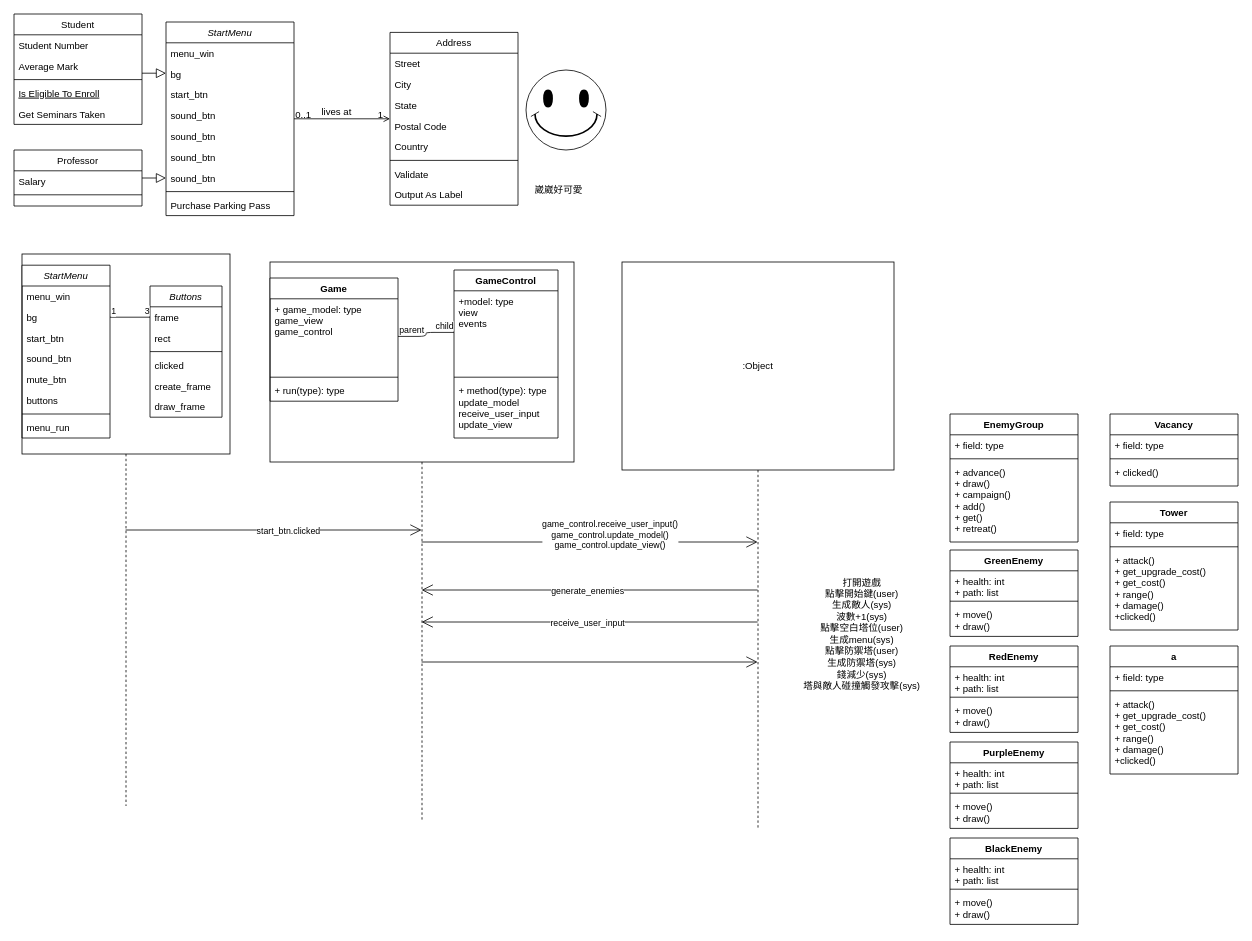
Above: UML.drawio in jiang0906/6-2 (draw.io), before the change. Source tidied: cells renumbered, new cells numbered last; positions are measured from the earlier drawing's top-left corner, leaving out a move shared by most shapes. Both pictures are drawn from the tidied source at 80%, with x=0, y=0 at pixel (14, 14).
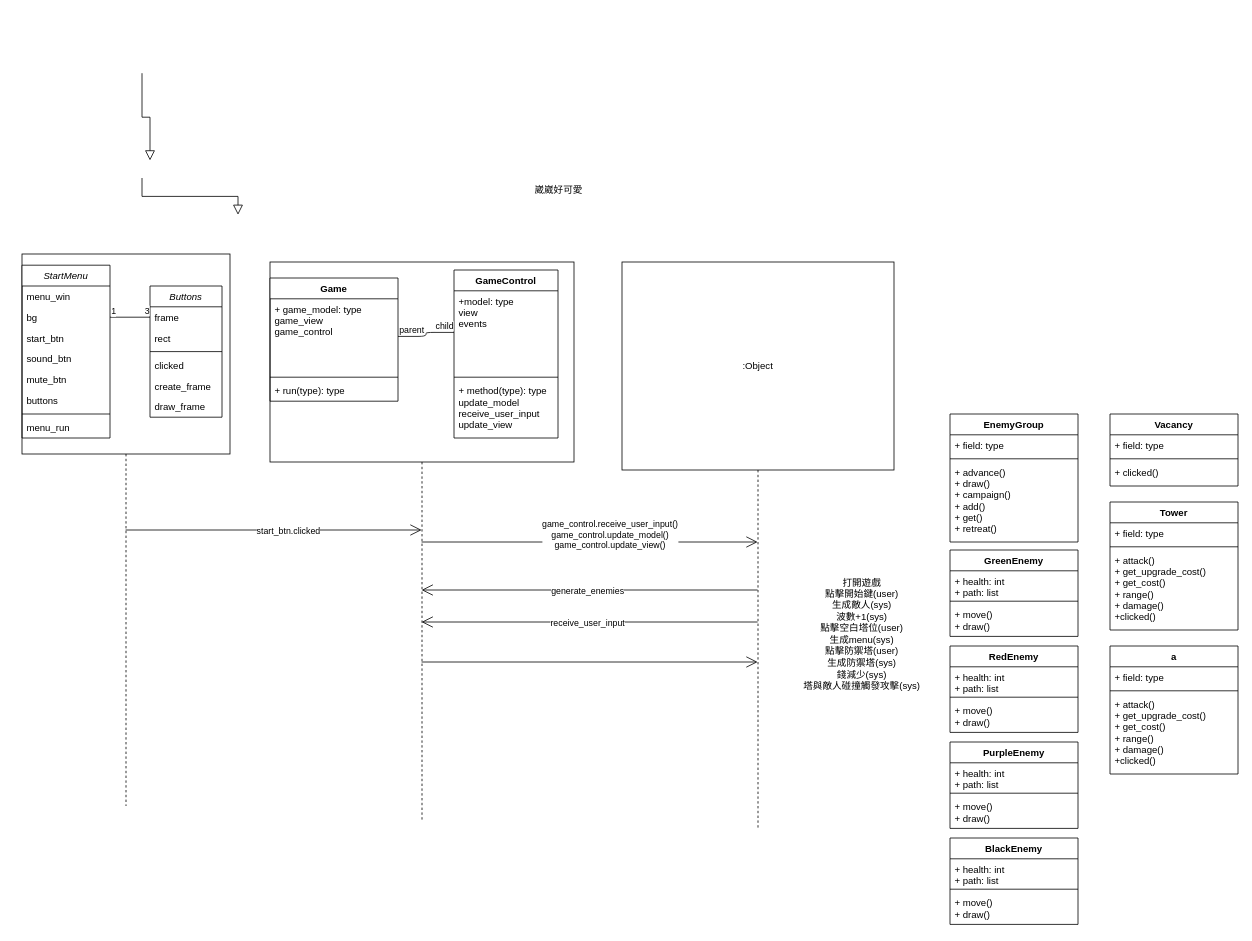
After the change.

Diff of the diagram source:
```diff
@@
-    <mxCell id="2" value="StartMenu" style="swimlane;fontStyle=2;align=center;verticalAlign=top;horizontal=1;startSize=26;rounded=0;shadow=0;strokeWidth=1;" parent="1" vertex="1">
-      <mxGeometry x="190" y="10" width="160" height="242" as="geometry" />
-    </mxCell>
-    <mxCell id="3" value="menu_win" style="text;align=left;verticalAlign=top;spacingLeft=4;spacingRight=4;overflow=hidden;" parent="2" vertex="1">
-      <mxGeometry y="26" width="160" height="26" as="geometry" />
-    </mxCell>
-    <mxCell id="4" value="bg" style="text;align=left;verticalAlign=top;spacingLeft=4;spacingRight=4;overflow=hidden;rounded=0;shadow=0;html=0;" parent="2" vertex="1">
-      <mxGeometry y="52" width="160" height="26" as="geometry" />
-    </mxCell>
-    <mxCell id="5" value="start_btn" style="text;align=left;verticalAlign=top;spacingLeft=4;spacingRight=4;overflow=hidden;rounded=0;shadow=0;html=0;" parent="2" vertex="1">
-      <mxGeometry y="78" width="160" height="26" as="geometry" />
-    </mxCell>
-    <mxCell id="6" value="sound_btn" style="text;align=left;verticalAlign=top;spacingLeft=4;spacingRight=4;overflow=hidden;rounded=0;shadow=0;html=0;" parent="2" vertex="1">
-      <mxGeometry y="104" width="160" height="26" as="geometry" />
-    </mxCell>
-    <mxCell id="7" value="sound_btn" style="text;align=left;verticalAlign=top;spacingLeft=4;spacingRight=4;overflow=hidden;rounded=0;shadow=0;html=0;" parent="2" vertex="1">
-      <mxGeometry y="130" width="160" height="26" as="geometry" />
-    </mxCell>
-    <mxCell id="8" value="sound_btn" style="text;align=left;verticalAlign=top;spacingLeft=4;spacingRight=4;overflow=hidden;rounded=0;shadow=0;html=0;" parent="2" vertex="1">
-      <mxGeometry y="156" width="160" height="26" as="geometry" />
-    </mxCell>
-    <mxCell id="9" value="sound_btn" style="text;align=left;verticalAlign=top;spacingLeft=4;spacingRight=4;overflow=hidden;rounded=0;shadow=0;html=0;" parent="2" vertex="1">
-      <mxGeometry y="182" width="160" height="26" as="geometry" />
-    </mxCell>
-    <mxCell id="10" style="line;html=1;strokeWidth=1;align=left;verticalAlign=middle;spacingTop=-1;spacingLeft=3;spacingRight=3;labelPosition=right;" parent="2" vertex="1">
-      <mxGeometry y="208" width="160" height="8" as="geometry" />
-    </mxCell>
-    <mxCell id="11" value="Purchase Parking Pass" style="text;align=left;verticalAlign=top;spacingLeft=4;spacingRight=4;overflow=hidden;" parent="2" vertex="1">
-      <mxGeometry y="216" width="160" height="26" as="geometry" />
-    </mxCell>
-    <mxCell id="12" value="Student" style="swimlane;fontStyle=0;align=center;verticalAlign=top;horizontal=1;startSize=26;rounded=0;shadow=0;strokeWidth=1;" parent="1" vertex="1">
-      <mxGeometry width="160" height="138" as="geometry" />
-    </mxCell>
-    <mxCell id="13" value="Student Number" style="text;align=left;verticalAlign=top;spacingLeft=4;spacingRight=4;overflow=hidden;" parent="12" vertex="1">
-      <mxGeometry y="26" width="160" height="26" as="geometry" />
-    </mxCell>
-    <mxCell id="14" value="Average Mark" style="text;align=left;verticalAlign=top;spacingLeft=4;spacingRight=4;overflow=hidden;rounded=0;shadow=0;html=0;" parent="12" vertex="1">
-      <mxGeometry y="52" width="160" height="26" as="geometry" />
-    </mxCell>
-    <mxCell id="15" style="line;html=1;strokeWidth=1;align=left;verticalAlign=middle;spacingTop=-1;spacingLeft=3;spacingRight=3;labelPosition=right;" parent="12" vertex="1">
-      <mxGeometry y="78" width="160" height="8" as="geometry" />
-    </mxCell>
-    <mxCell id="16" value="Is Eligible To Enroll" style="text;align=left;verticalAlign=top;spacingLeft=4;spacingRight=4;overflow=hidden;fontStyle=4;" parent="12" vertex="1">
-      <mxGeometry y="86" width="160" height="26" as="geometry" />
-    </mxCell>
-    <mxCell id="17" value="Get Seminars Taken" style="text;align=left;verticalAlign=top;spacingLeft=4;spacingRight=4;overflow=hidden;" parent="12" vertex="1">
-      <mxGeometry y="112" width="160" height="26" as="geometry" />
-    </mxCell>
-    <mxCell id="18" style="endArrow=block;endSize=10;endFill=0;shadow=0;strokeWidth=1;rounded=0;edgeStyle=elbowEdgeStyle;elbow=vertical;" parent="1" edge="1" source="12" target="2">
-      <mxGeometry relative="1" as="geometry" />
+    <mxCell id="18" style="endArrow=block;endSize=10;endFill=0;shadow=0;strokeWidth=1;rounded=0;edgeStyle=elbowEdgeStyle;elbow=vertical;" parent="1" edge="1">
+      <mxGeometry relative="1" as="geometry">
+        <mxPoint x="160" y="74" as="sourcePoint" />
+        <mxPoint x="170" y="183" as="targetPoint" />
+      </mxGeometry>
     </mxCell>
-    <mxCell id="19" value="Professor" style="swimlane;fontStyle=0;align=center;verticalAlign=top;horizontal=1;startSize=26;rounded=0;shadow=0;strokeWidth=1;" parent="1" vertex="1">
-      <mxGeometry y="170" width="160" height="70" as="geometry" />
-    </mxCell>
-    <mxCell id="20" value="Salary" style="text;align=left;verticalAlign=top;spacingLeft=4;spacingRight=4;overflow=hidden;" parent="19" vertex="1">
-      <mxGeometry y="26" width="160" height="26" as="geometry" />
-    </mxCell>
-    <mxCell id="21" style="line;html=1;strokeWidth=1;align=left;verticalAlign=middle;spacingTop=-1;spacingLeft=3;spacingRight=3;labelPosition=right;" parent="19" vertex="1">
-      <mxGeometry y="52" width="160" height="8" as="geometry" />
-    </mxCell>
-    <mxCell id="22" style="endArrow=block;endSize=10;endFill=0;shadow=0;strokeWidth=1;rounded=0;edgeStyle=elbowEdgeStyle;elbow=vertical;" parent="1" edge="1" source="19" target="2">
-      <mxGeometry relative="1" as="geometry" />
+    <mxCell id="22" style="endArrow=block;endSize=10;endFill=0;shadow=0;strokeWidth=1;rounded=0;edgeStyle=elbowEdgeStyle;elbow=vertical;" parent="1" edge="1">
+      <mxGeometry relative="1" as="geometry">
+        <mxPoint x="160" y="205" as="sourcePoint" />
+        <mxPoint x="280" y="251" as="targetPoint" />
+      </mxGeometry>
     </mxCell>
-    <mxCell id="23" value="Address" style="swimlane;fontStyle=0;align=center;verticalAlign=top;horizontal=1;startSize=26;rounded=0;shadow=0;strokeWidth=1;" parent="1" vertex="1">
-      <mxGeometry x="470" y="23" width="160" height="216" as="geometry" />
-    </mxCell>
-    <mxCell id="24" value="Street" style="text;align=left;verticalAlign=top;spacingLeft=4;spacingRight=4;overflow=hidden;" parent="23" vertex="1">
-      <mxGeometry y="26" width="160" height="26" as="geometry" />
-    </mxCell>
-    <mxCell id="25" value="City" style="text;align=left;verticalAlign=top;spacingLeft=4;spacingRight=4;overflow=hidden;rounded=0;shadow=0;html=0;" parent="23" vertex="1">
-      <mxGeometry y="52" width="160" height="26" as="geometry" />
-    </mxCell>
-    <mxCell id="26" value="State" style="text;align=left;verticalAlign=top;spacingLeft=4;spacingRight=4;overflow=hidden;rounded=0;shadow=0;html=0;" parent="23" vertex="1">
-      <mxGeometry y="78" width="160" height="26" as="geometry" />
-    </mxCell>
-    <mxCell id="27" value="Postal Code" style="text;align=left;verticalAlign=top;spacingLeft=4;spacingRight=4;overflow=hidden;rounded=0;shadow=0;html=0;" parent="23" vertex="1">
-      <mxGeometry y="104" width="160" height="26" as="geometry" />
-    </mxCell>
-    <mxCell id="28" value="Country" style="text;align=left;verticalAlign=top;spacingLeft=4;spacingRight=4;overflow=hidden;rounded=0;shadow=0;html=0;" parent="23" vertex="1">
-      <mxGeometry y="130" width="160" height="26" as="geometry" />
-    </mxCell>
-    <mxCell id="29" style="line;html=1;strokeWidth=1;align=left;verticalAlign=middle;spacingTop=-1;spacingLeft=3;spacingRight=3;labelPosition=right;" parent="23" vertex="1">
-      <mxGeometry y="156" width="160" height="8" as="geometry" />
-    </mxCell>
-    <mxCell id="30" value="Validate" style="text;align=left;verticalAlign=top;spacingLeft=4;spacingRight=4;overflow=hidden;" parent="23" vertex="1">
-      <mxGeometry y="164" width="160" height="26" as="geometry" />
-    </mxCell>
-    <mxCell id="31" value="Output As Label" style="text;align=left;verticalAlign=top;spacingLeft=4;spacingRight=4;overflow=hidden;" parent="23" vertex="1">
-      <mxGeometry y="190" width="160" height="26" as="geometry" />
-    </mxCell>
-    <mxCell id="32" style="endArrow=open;shadow=0;strokeWidth=1;rounded=0;endFill=1;edgeStyle=elbowEdgeStyle;elbow=vertical;" parent="1" edge="1" source="2" target="23">
-      <mxGeometry x="0.5" y="41" relative="1" as="geometry">
-        <mxPoint x="-40" y="32" as="offset" />
-      </mxGeometry>
-    </mxCell>
-    <mxCell id="33" value="0..1" style="align=left;verticalAlign=bottom;labelBackgroundColor=none;fontSize=12;" parent="32" vertex="1">
-      <mxGeometry x="-1" relative="1" as="geometry">
-        <mxPoint y="4" as="offset" />
-      </mxGeometry>
-    </mxCell>
-    <mxCell id="34" value="1" style="align=right;verticalAlign=bottom;labelBackgroundColor=none;fontSize=12;" parent="32" vertex="1">
-      <mxGeometry x="1" relative="1" as="geometry">
-        <mxPoint x="-7" y="4" as="offset" />
-      </mxGeometry>
-    </mxCell>
-    <mxCell id="35" value="lives at" style="text;html=1;align=center;verticalAlign=middle;labelBackgroundColor=none;rounded=0;shadow=0;strokeWidth=1;fontSize=12;" parent="32" vertex="1">
-      <mxGeometry x="0.5" y="49" relative="1" as="geometry">
-        <mxPoint x="-38" y="40" as="offset" />
-      </mxGeometry>
-    </mxCell>
-    <mxCell id="36" style="verticalLabelPosition=bottom;verticalAlign=top;html=1;shape=mxgraph.basic.smiley;" parent="1" vertex="1">
-      <mxGeometry x="640" y="70" width="100" height="100" as="geometry" />
-    </mxCell>
```
